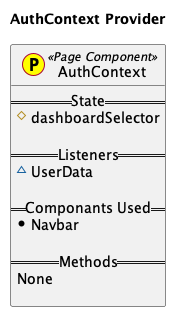
grid-rider/Computer_Science_IA_EntrySystem_Website keeps this PlantUML diagram as entry_system_website/UML_Diagrams/Pages/Index.png. Above is the earlier version. The source it was exported from:
```plantuml
@startuml
title AuthContext Provider

class AuthContext << (P,yellow) Page Component>> {
    == State ==
     #dashboardSelector

    == Listeners ==
     ~UserData

    == Componants Used ==
     *Navbar

    == Methods ==
    None

}

@enduml
```
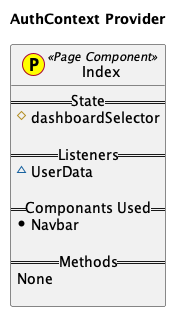
After the change.

Commit message:
added signUp page

What changed in the source:
```diff
@@ -1,7 +1,7 @@
 @startuml
 title AuthContext Provider
 
-class AuthContext << (P,yellow) Page Component>> {
+class Index << (P,yellow) Page Component>> {
     == State ==
      #dashboardSelector
 
```
